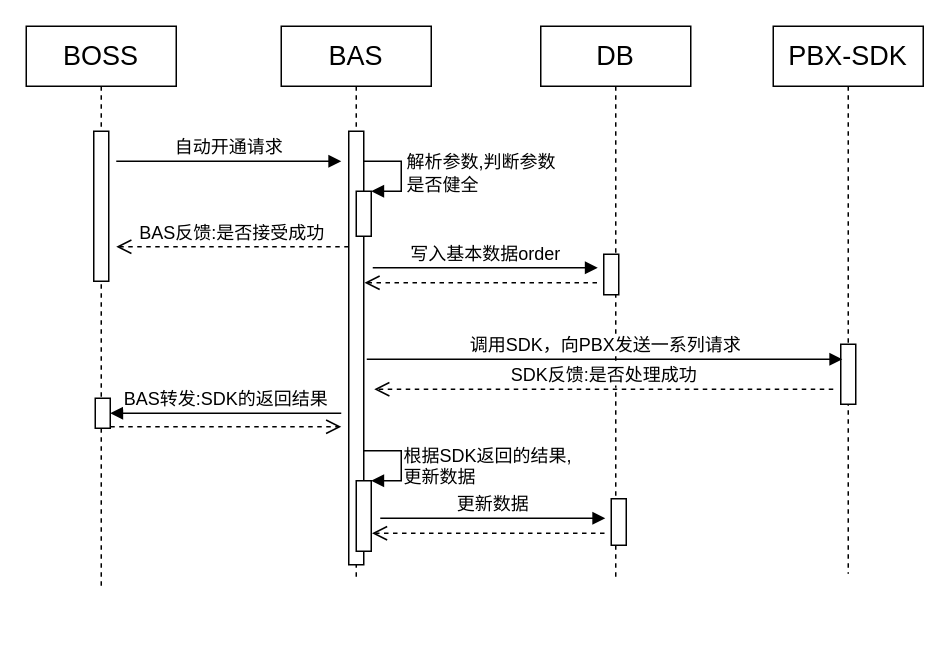
The draw.io diagram page "interaction-simpify" (2 of 2) of BAS/sequence-PBX-interaction.drawio in waterwatermelon/graph, before the edit. Source tidied: cells renumbered, new cells numbered last; positions are measured from the earlier drawing's top-left corner, leaving out a move shared by most shapes. Both pictures are drawn from the tidied source at 150%, with x=0, y=0 at pixel (26, 26).
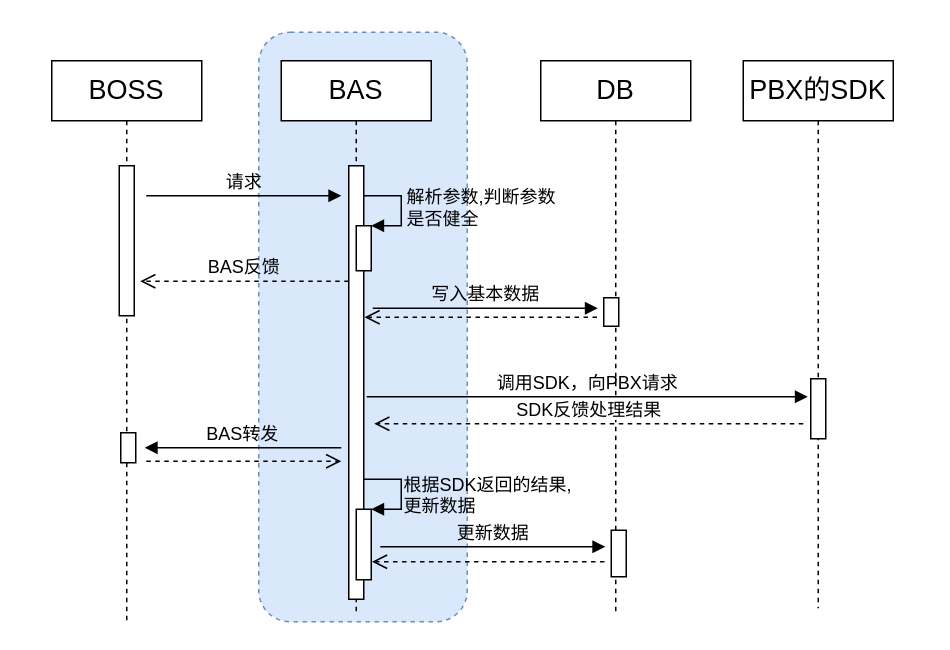
Above is the later version.

The edit, as a diff of the source:
```diff
@@
+    <mxCell id="27" style="rounded=1;whiteSpace=wrap;html=1;fontSize=12;fillColor=#dae8fc;strokeColor=#6c8ebf;dashed=1;" parent="1" vertex="1">
+      <mxGeometry x="155" y="4" width="139" height="393" as="geometry" />
+    </mxCell>
     <mxCell id="2" value="BOSS" style="shape=umlLifeline;perimeter=lifelinePerimeter;whiteSpace=wrap;html=1;fontSize=18;" parent="1" vertex="1">
-      <mxGeometry width="100" height="375" as="geometry" />
+      <mxGeometry x="17" y="23" width="100" height="375" as="geometry" />
     </mxCell>
@@
     <mxCell id="4" value="BAS" style="shape=umlLifeline;perimeter=lifelinePerimeter;whiteSpace=wrap;html=1;fontSize=18;" parent="1" vertex="1">
-      <mxGeometry x="170" width="100" height="370" as="geometry" />
+      <mxGeometry x="170" y="23" width="100" height="370" as="geometry" />
     </mxCell>
@@
     <mxCell id="6" value="DB" style="shape=umlLifeline;perimeter=lifelinePerimeter;whiteSpace=wrap;html=1;fontSize=18;" parent="1" vertex="1">
-      <mxGeometry x="343" width="100" height="370" as="geometry" />
+      <mxGeometry x="343" y="23" width="100" height="370" as="geometry" />
     </mxCell>
     <mxCell id="7" style="html=1;perimeter=orthogonalPerimeter;fontSize=12;" parent="6" vertex="1">
-      <mxGeometry x="47" y="315" width="10" height="31" as="geometry" />
+      <mxGeometry x="47" y="313" width="10" height="31" as="geometry" />
     </mxCell>
-    <mxCell id="8" value="PBX-SDK" style="shape=umlLifeline;perimeter=lifelinePerimeter;whiteSpace=wrap;html=1;fontSize=18;" parent="1" vertex="1">
-      <mxGeometry x="498" width="100" height="365" as="geometry" />
+    <mxCell id="8" value="PBX的SDK" style="shape=umlLifeline;perimeter=lifelinePerimeter;whiteSpace=wrap;html=1;fontSize=18;" parent="1" vertex="1">
+      <mxGeometry x="478" y="23" width="100" height="365" as="geometry" />
     </mxCell>
@@
-    <mxCell id="10" value="自动开通请求" style="html=1;verticalAlign=bottom;endArrow=block;fontSize=12;" parent="1" edge="1">
+    <mxCell id="10" value="请求" style="html=1;verticalAlign=bottom;endArrow=block;fontSize=12;labelBackgroundColor=none;" parent="1" edge="1">
       <mxGeometry relative="1" as="geometry">
-        <mxPoint x="60" y="90" as="sourcePoint" />
-        <mxPoint x="210" y="90" as="targetPoint" />
+        <mxPoint x="80" y="113" as="sourcePoint" />
+        <mxPoint x="210" y="113" as="targetPoint" />
       </mxGeometry>
     </mxCell>
-    <mxCell id="11" value="BAS反馈:是否接受成功" style="html=1;verticalAlign=bottom;endArrow=open;dashed=1;endSize=8;fontSize=12;" parent="1" edge="1">
+    <mxCell id="11" value="BAS反馈" style="html=1;verticalAlign=bottom;endArrow=open;dashed=1;endSize=8;fontSize=12;labelBackgroundColor=none;" parent="1" edge="1">
       <mxGeometry relative="1" as="geometry">
-        <mxPoint x="215" y="147" as="sourcePoint" />
-        <mxPoint x="60" y="147" as="targetPoint" />
+        <mxPoint x="215" y="170" as="sourcePoint" />
+        <mxPoint x="76" y="170" as="targetPoint" />
       </mxGeometry>
     </mxCell>
     <mxCell id="12" style="html=1;points=[];perimeter=orthogonalPerimeter;fontSize=12;" parent="1" vertex="1">
-      <mxGeometry x="220" y="110" width="10" height="30" as="geometry" />
+      <mxGeometry x="220" y="133" width="10" height="30" as="geometry" />
     </mxCell>
-    <mxCell id="13" value="解析参数,判断参数&lt;br style=&quot;font-size: 12px;&quot;&gt;是否健全" style="edgeStyle=orthogonalEdgeStyle;html=1;align=left;spacingLeft=2;endArrow=block;rounded=0;entryX=1;entryY=0;fontSize=12;" parent="1" edge="1" target="12">
+    <mxCell id="13" value="解析参数,判断参数&lt;br style=&quot;font-size: 12px;&quot;&gt;是否健全" style="edgeStyle=orthogonalEdgeStyle;html=1;align=left;spacingLeft=2;endArrow=block;rounded=0;entryX=1;entryY=0;fontSize=12;labelBackgroundColor=none;" parent="1" edge="1" target="12">
       <mxGeometry relative="1" as="geometry">
-        <mxPoint x="225" y="90" as="sourcePoint" />
+        <mxPoint x="225" y="113" as="sourcePoint" />
         <Array as="points">
-          <mxPoint x="250" y="90" />
+          <mxPoint x="250" y="113" />
         </Array>
       </mxGeometry>
     </mxCell>
-    <mxCell id="14" value="SDK反馈:是否处理成功" style="html=1;verticalAlign=bottom;endArrow=open;dashed=1;endSize=8;fontSize=12;" parent="1" edge="1">
+    <mxCell id="14" value="SDK反馈处理结果" style="html=1;verticalAlign=bottom;endArrow=open;dashed=1;endSize=8;fontSize=12;" parent="1" edge="1">
       <mxGeometry relative="1" as="geometry">
-        <mxPoint x="538" y="242" as="sourcePoint" />
-        <mxPoint x="232" y="242" as="targetPoint" />
+        <mxPoint x="518" y="265" as="sourcePoint" />
+        <mxPoint x="232" y="265" as="targetPoint" />
       </mxGeometry>
     </mxCell>
-    <mxCell id="15" value="调用SDK，向PBX发送一系列请求" style="html=1;verticalAlign=bottom;endArrow=block;fontSize=12;" parent="1" edge="1">
+    <mxCell id="15" value="调用SDK，向PBX请求" style="html=1;verticalAlign=bottom;endArrow=block;fontSize=12;labelBackgroundColor=none;" parent="1" edge="1">
       <mxGeometry relative="1" as="geometry">
-        <mxPoint x="227" y="222" as="sourcePoint" />
-        <mxPoint x="544" y="222" as="targetPoint" />
+        <mxPoint x="227" y="247" as="sourcePoint" />
+        <mxPoint x="521" y="247" as="targetPoint" />
       </mxGeometry>
     </mxCell>
     <mxCell id="16" style="html=1;points=[];perimeter=orthogonalPerimeter;fontSize=12;" parent="1" vertex="1">
-      <mxGeometry x="46" y="248" width="10" height="20" as="geometry" />
+      <mxGeometry x="63" y="271" width="10" height="20" as="geometry" />
     </mxCell>
-    <mxCell id="17" value="BAS转发:SDK的返回结果" style="html=1;verticalAlign=bottom;endArrow=block;entryX=1;entryY=0;fontSize=12;" parent="1" edge="1">
+    <mxCell id="17" value="BAS转发" style="html=1;verticalAlign=bottom;endArrow=block;fontSize=12;labelBackgroundColor=none;" parent="1" edge="1">
       <mxGeometry relative="1" as="geometry">
-        <mxPoint x="210" y="258" as="sourcePoint" />
-        <mxPoint x="56" y="258" as="targetPoint" />
+        <mxPoint x="210" y="281" as="sourcePoint" />
+        <mxPoint x="79" y="281" as="targetPoint" />
       </mxGeometry>
     </mxCell>
-    <mxCell id="18" style="html=1;verticalAlign=bottom;endArrow=open;dashed=1;endSize=8;exitX=1;exitY=0.95;fontSize=12;" parent="1" edge="1" source="16">
+    <mxCell id="18" style="html=1;verticalAlign=bottom;endArrow=open;dashed=1;endSize=8;fontSize=12;" parent="1" edge="1">
       <mxGeometry relative="1" as="geometry">
-        <mxPoint x="210" y="267" as="targetPoint" />
+        <mxPoint x="80" y="290" as="sourcePoint" />
+        <mxPoint x="210" y="290" as="targetPoint" />
       </mxGeometry>
     </mxCell>
     <mxCell id="19" style="html=1;points=[];perimeter=orthogonalPerimeter;fontSize=12;" parent="1" vertex="1">
-      <mxGeometry x="220" y="303" width="10" height="47" as="geometry" />
+      <mxGeometry x="220" y="322" width="10" height="47" as="geometry" />
     </mxCell>
     <mxCell id="20" style="edgeStyle=orthogonalEdgeStyle;html=1;align=left;spacingLeft=2;endArrow=block;rounded=0;entryX=1;entryY=0;fontSize=12;" parent="1" edge="1" target="19">
       <mxGeometry relative="1" as="geometry">
-        <mxPoint x="225" y="283" as="sourcePoint" />
+        <mxPoint x="225" y="302" as="sourcePoint" />
         <Array as="points">
-          <mxPoint x="250" y="283" />
+          <mxPoint x="250" y="302" />
         </Array>
       </mxGeometry>
     </mxCell>
-    <mxCell id="21" value="更新数据" style="html=1;verticalAlign=bottom;endArrow=block;fontSize=12;" parent="1" edge="1">
+    <mxCell id="21" value="更新数据" style="html=1;verticalAlign=bottom;endArrow=block;fontSize=12;labelBackgroundColor=none;" parent="1" edge="1">
       <mxGeometry relative="1" as="geometry">
-        <mxPoint x="236" y="328" as="sourcePoint" />
-        <mxPoint x="386" y="328" as="targetPoint" />
+        <mxPoint x="236" y="347" as="sourcePoint" />
+        <mxPoint x="386" y="347" as="targetPoint" />
       </mxGeometry>
     </mxCell>
     <mxCell id="22" style="html=1;verticalAlign=bottom;endArrow=open;dashed=1;endSize=8;fontSize=12;" parent="1" edge="1">
       <mxGeometry relative="1" as="geometry">
-        <mxPoint x="385.5" y="338" as="sourcePoint" />
-        <mxPoint x="230.5" y="338" as="targetPoint" />
+        <mxPoint x="385.5" y="357" as="sourcePoint" />
+        <mxPoint x="230.5" y="357" as="targetPoint" />
       </mxGeometry>
     </mxCell>
     <mxCell id="23" value="根据SDK返回的结果,&lt;br style=&quot;font-size: 12px;&quot;&gt;更新数据" style="text;html=1;fontSize=12;" parent="1" vertex="1">
-      <mxGeometry x="250" y="273" width="130" height="30" as="geometry" />
+      <mxGeometry x="250" y="292" width="130" height="30" as="geometry" />
     </mxCell>
     <mxCell id="24" style="html=1;perimeter=orthogonalPerimeter;fontSize=12;" parent="1" vertex="1">
-      <mxGeometry x="385" y="152" width="10" height="27" as="geometry" />
+      <mxGeometry x="385" y="181" width="10" height="19" as="geometry" />
     </mxCell>
-    <mxCell id="25" value="写入基本数据order" style="html=1;verticalAlign=bottom;endArrow=block;fontSize=12;" parent="1" edge="1">
+    <mxCell id="25" value="写入基本数据" style="html=1;verticalAlign=bottom;endArrow=block;fontSize=12;labelBackgroundColor=none;" parent="1" edge="1">
       <mxGeometry relative="1" as="geometry">
-        <mxPoint x="231" y="161" as="sourcePoint" />
-        <mxPoint x="381" y="161" as="targetPoint" />
+        <mxPoint x="231" y="188" as="sourcePoint" />
+        <mxPoint x="381" y="188" as="targetPoint" />
       </mxGeometry>
     </mxCell>
     <mxCell id="26" style="html=1;verticalAlign=bottom;endArrow=open;dashed=1;endSize=8;fontSize=12;" parent="1" edge="1">
       <mxGeometry relative="1" as="geometry">
-        <mxPoint x="380.5" y="171" as="sourcePoint" />
-        <mxPoint x="225.5" y="171" as="targetPoint" />
+        <mxPoint x="380.5" y="194" as="sourcePoint" />
+        <mxPoint x="225.5" y="194" as="targetPoint" />
       </mxGeometry>
     </mxCell>
```
